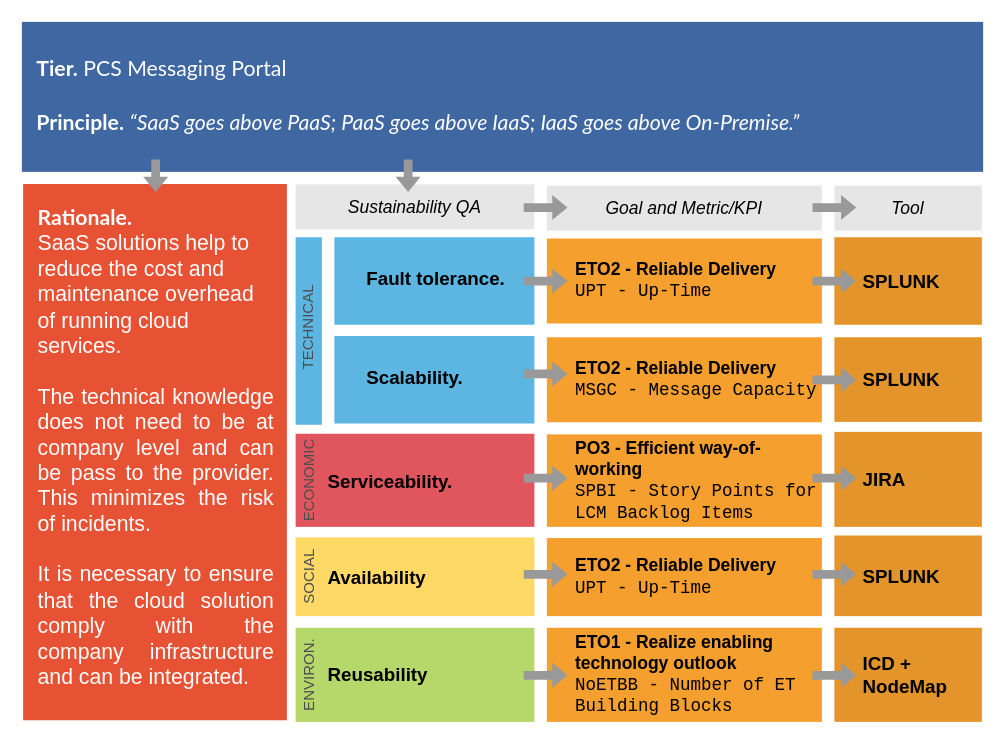
Earlier version of the draw.io diagram page "FINAL_Messaging_SaaS_PRSM" (12 of 20) of figures/_sources/_SRC_Workingfiles_Principles_PRSM_DecisionMap.drawio.xml (S2-group/MDPI_monitoring-sustainability_rep-pkg). Source tidied: cells renumbered, new cells numbered last; positions are measured from the earlier drawing's top-left corner, leaving out a move shared by most shapes. Both pictures are drawn from the tidied source at 125%, with x=0, y=0 at pixel (21, 21).
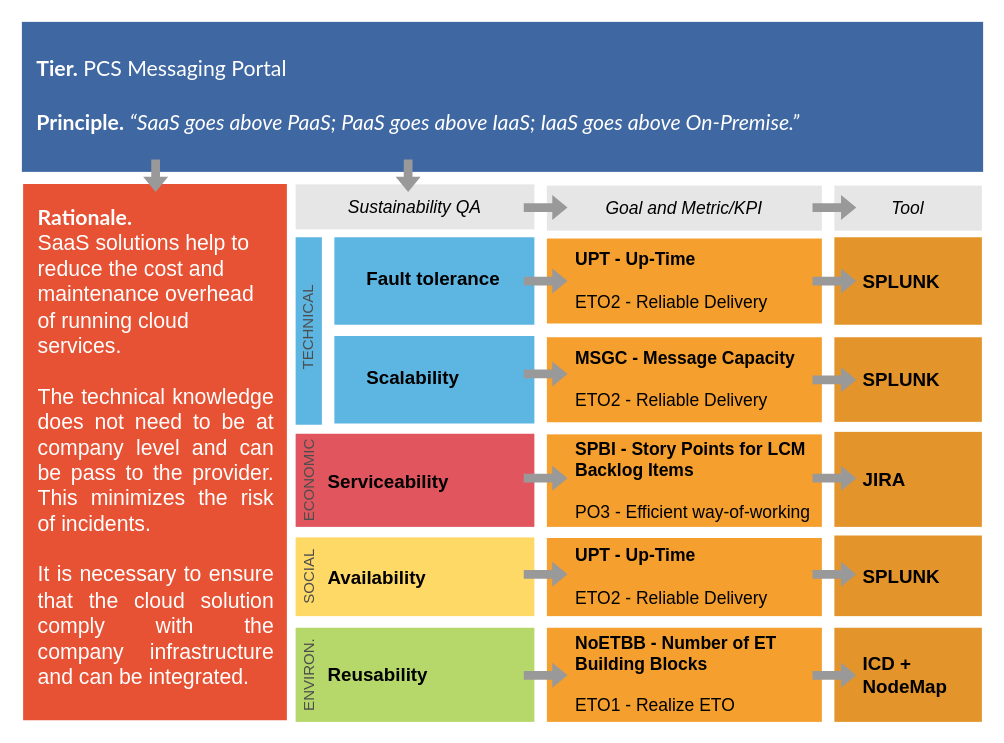
Above is the later version.

Diff of the diagram source:
```diff
@@
-    <mxCell id="10" value="&lt;b style=&quot;font-size: 15px;&quot;&gt;&lt;span style=&quot;font-size: 15px;&quot;&gt;Fault tolerance.&lt;br style=&quot;font-size: 15px;&quot;&gt;&lt;/span&gt;&lt;/b&gt;" style="rounded=0;whiteSpace=wrap;html=1;shadow=0;strokeWidth=1;align=left;strokeColor=none;spacing=5;fillColor=#5DB6E2;verticalAlign=middle;fontSize=15;spacingLeft=21;spacingTop=-4;fontStyle=0;" parent="1" vertex="1">
+    <mxCell id="10" value="&lt;b style=&quot;font-size: 15px;&quot;&gt;&lt;span style=&quot;font-size: 15px;&quot;&gt;Fault tolerance&lt;br style=&quot;font-size: 15px;&quot;&gt;&lt;/span&gt;&lt;/b&gt;" style="rounded=0;whiteSpace=wrap;html=1;shadow=0;strokeWidth=1;align=left;strokeColor=none;spacing=5;fillColor=#5DB6E2;verticalAlign=middle;fontSize=15;spacingLeft=21;spacingTop=-4;fontStyle=0;" parent="1" vertex="1">
       <mxGeometry x="250" y="172.3" width="160" height="70" as="geometry" />
     </mxCell>
-    <mxCell id="11" value="&lt;b style=&quot;font-size: 15px;&quot;&gt;&lt;span style=&quot;font-size: 15px;&quot;&gt;Scalability.&lt;br style=&quot;font-size: 15px;&quot;&gt;&lt;/span&gt;&lt;/b&gt;" style="rounded=0;whiteSpace=wrap;html=1;shadow=0;strokeWidth=1;align=left;strokeColor=none;spacing=5;fillColor=#5DB6E2;verticalAlign=middle;fontSize=15;spacingLeft=21;spacingTop=-4;fontStyle=0;" parent="1" vertex="1">
+    <mxCell id="11" value="&lt;b style=&quot;font-size: 15px;&quot;&gt;&lt;span style=&quot;font-size: 15px;&quot;&gt;Scalability&lt;br style=&quot;font-size: 15px;&quot;&gt;&lt;/span&gt;&lt;/b&gt;" style="rounded=0;whiteSpace=wrap;html=1;shadow=0;strokeWidth=1;align=left;strokeColor=none;spacing=5;fillColor=#5DB6E2;verticalAlign=middle;fontSize=15;spacingLeft=21;spacingTop=-4;fontStyle=0;" parent="1" vertex="1">
       <mxGeometry x="250" y="251.3" width="160" height="70" as="geometry" />
     </mxCell>
-    <mxCell id="12" value="&lt;div style=&quot;color: rgb(0, 0, 0); font-size: 14px;&quot;&gt;&lt;b style=&quot;font-size: 14px;&quot;&gt;ETO2 -&amp;nbsp;Reliable Delivery&lt;/b&gt;&lt;/div&gt;&lt;div style=&quot;color: rgb(0, 0, 0); font-size: 14px;&quot;&gt;&lt;/div&gt;&lt;font face=&quot;Courier New&quot; style=&quot;color: rgb(0, 0, 0); font-size: 14px;&quot;&gt;UPT - Up-Time&lt;/font&gt;" style="rounded=0;whiteSpace=wrap;html=1;strokeColor=none;align=left;spacingLeft=18;fontColor=#FFFFFF;verticalAlign=middle;fillColor=#F49F2E;spacing=5;fontSize=14;" parent="1" vertex="1">
+    <mxCell id="12" value="&lt;div style=&quot;color: rgb(0, 0, 0); font-size: 14px;&quot;&gt;&lt;/div&gt;&lt;font style=&quot;color: rgb(0, 0, 0); font-size: 14px;&quot;&gt;&lt;b&gt;UPT - Up-Time&lt;br&gt;&lt;/b&gt;&lt;br&gt;&lt;span style=&quot;border-color: var(--border-color);&quot;&gt;ETO2 -&amp;nbsp;Reliable Delivery&lt;/span&gt;&lt;br&gt;&lt;/font&gt;" style="rounded=0;whiteSpace=wrap;html=1;strokeColor=none;align=left;spacingLeft=18;fontColor=#FFFFFF;verticalAlign=middle;fillColor=#F49F2E;spacing=5;fontSize=14;fontFamily=Helvetica;" parent="1" vertex="1">
       <mxGeometry x="420" y="173.3" width="220" height="68" as="geometry" />
     </mxCell>
-    <mxCell id="13" value="&lt;div style=&quot;color: rgb(0, 0, 0); font-size: 14px;&quot;&gt;&lt;div style=&quot;font-size: 14px;&quot;&gt;&lt;b style=&quot;font-size: 14px;&quot;&gt;ETO2 -&amp;nbsp;Reliable Delivery&lt;/b&gt;&lt;/div&gt;&lt;div style=&quot;font-size: 14px;&quot;&gt;&lt;font face=&quot;Courier New&quot; style=&quot;font-size: 14px;&quot;&gt;MSGC - Message Capacity&lt;/font&gt;&lt;/div&gt;&lt;/div&gt;" style="rounded=0;whiteSpace=wrap;html=1;strokeColor=none;align=left;spacingLeft=18;fontColor=#FFFFFF;verticalAlign=middle;fillColor=#F49F2E;spacing=5;fontSize=14;" parent="1" vertex="1">
+    <mxCell id="13" value="&lt;div style=&quot;color: rgb(0, 0, 0); font-size: 14px;&quot;&gt;&lt;div style=&quot;font-size: 14px;&quot;&gt;&lt;b&gt;MSGC - Message Capacity&lt;/b&gt;&lt;b style=&quot;font-size: 14px;&quot;&gt;&lt;br&gt;&lt;/b&gt;&lt;/div&gt;&lt;div style=&quot;font-size: 14px;&quot;&gt;&lt;b style=&quot;font-size: 14px;&quot;&gt;&lt;br&gt;&lt;/b&gt;&lt;/div&gt;&lt;div style=&quot;font-size: 14px;&quot;&gt;&lt;span style=&quot;font-size: 14px;&quot;&gt;ETO2 -&amp;nbsp;Reliable Delivery&lt;/span&gt;&lt;/div&gt;&lt;/div&gt;" style="rounded=0;whiteSpace=wrap;html=1;strokeColor=none;align=left;spacingLeft=18;fontColor=#FFFFFF;verticalAlign=middle;fillColor=#F49F2E;spacing=5;fontSize=14;fontFamily=Helvetica;" parent="1" vertex="1">
       <mxGeometry x="420" y="252.3" width="220" height="68" as="geometry" />
     </mxCell>
-    <mxCell id="14" value="&lt;b style=&quot;font-size: 15px;&quot;&gt;&lt;span style=&quot;font-size: 15px;&quot;&gt;Serviceability.&lt;br style=&quot;font-size: 15px;&quot;&gt;&lt;/span&gt;&lt;/b&gt;" style="rounded=0;whiteSpace=wrap;html=1;shadow=0;strokeWidth=1;align=left;strokeColor=none;spacing=5;fillColor=#E1565E;verticalAlign=middle;fontSize=15;spacingLeft=21;fontStyle=0;" parent="1" vertex="1">
+    <mxCell id="14" value="&lt;b style=&quot;font-size: 15px;&quot;&gt;&lt;span style=&quot;font-size: 15px;&quot;&gt;Serviceability&lt;br style=&quot;font-size: 15px;&quot;&gt;&lt;/span&gt;&lt;/b&gt;" style="rounded=0;whiteSpace=wrap;html=1;shadow=0;strokeWidth=1;align=left;strokeColor=none;spacing=5;fillColor=#E1565E;verticalAlign=middle;fontSize=15;spacingLeft=21;fontStyle=0;" parent="1" vertex="1">
       <mxGeometry x="219" y="329.5" width="191" height="74.5" as="geometry" />
     </mxCell>
-    <mxCell id="15" value="&lt;div style=&quot;color: rgb(0, 0, 0); font-size: 14px;&quot;&gt;&lt;/div&gt;&lt;div style=&quot;color: rgb(0, 0, 0); font-size: 14px;&quot;&gt;&lt;b style=&quot;font-size: 14px;&quot;&gt;PO3 - Efficient way-of-working&lt;/b&gt;&lt;br style=&quot;font-size: 14px;&quot;&gt;&lt;/div&gt;&lt;div style=&quot;color: rgb(0, 0, 0); font-size: 14px;&quot;&gt;&lt;font face=&quot;Courier New&quot; style=&quot;font-size: 14px;&quot;&gt;SPBI - Story Points for LCM Backlog Items&lt;/font&gt;&lt;/div&gt;" style="rounded=0;whiteSpace=wrap;html=1;strokeColor=none;align=left;spacingLeft=18;fontColor=#FFFFFF;verticalAlign=middle;fillColor=#F49F2E;spacing=5;fontSize=14;" parent="1" vertex="1">
+    <mxCell id="15" value="&lt;div style=&quot;color: rgb(0, 0, 0); font-size: 14px;&quot;&gt;&lt;/div&gt;&lt;div style=&quot;color: rgb(0, 0, 0); font-size: 14px;&quot;&gt;&lt;b&gt;SPBI - Story Points for LCM Backlog Items&lt;/b&gt;&lt;b style=&quot;font-size: 14px;&quot;&gt;&lt;br&gt;&lt;/b&gt;&lt;/div&gt;&lt;div style=&quot;color: rgb(0, 0, 0); font-size: 14px;&quot;&gt;&lt;b style=&quot;font-size: 14px;&quot;&gt;&lt;br&gt;&lt;/b&gt;&lt;/div&gt;&lt;div style=&quot;color: rgb(0, 0, 0); font-size: 14px;&quot;&gt;&lt;span style=&quot;font-size: 14px;&quot;&gt;PO3 - Efficient way-of-working&lt;/span&gt;&lt;/div&gt;" style="rounded=0;whiteSpace=wrap;html=1;strokeColor=none;align=left;spacingLeft=18;fontColor=#FFFFFF;verticalAlign=middle;fillColor=#F49F2E;spacing=5;fontSize=14;fontFamily=Helvetica;" parent="1" vertex="1">
       <mxGeometry x="420" y="330" width="220" height="74" as="geometry" />
     </mxCell>
@@
-    <mxCell id="17" value="&lt;div style=&quot;color: rgb(0, 0, 0); font-size: 14px;&quot;&gt;&lt;/div&gt;&lt;div style=&quot;color: rgb(0, 0, 0); font-size: 14px;&quot;&gt;&lt;div style=&quot;font-size: 14px;&quot;&gt;&lt;b style=&quot;font-size: 14px;&quot;&gt;ETO2 -&amp;nbsp;Reliable Delivery&lt;/b&gt;&lt;/div&gt;&lt;div style=&quot;font-size: 14px;&quot;&gt;&lt;/div&gt;&lt;span style=&quot;font-family: &amp;quot;courier new&amp;quot;; font-size: 14px;&quot;&gt;UPT - Up-Time&lt;/span&gt;&lt;br style=&quot;font-size: 14px;&quot;&gt;&lt;/div&gt;" style="rounded=0;whiteSpace=wrap;html=1;strokeColor=none;align=left;spacingLeft=18;fontColor=#FFFFFF;verticalAlign=middle;fillColor=#F49F2E;spacing=5;fontSize=14;" parent="1" vertex="1">
+    <mxCell id="17" value="&lt;div style=&quot;color: rgb(0, 0, 0); font-size: 14px;&quot;&gt;&lt;/div&gt;&lt;div style=&quot;color: rgb(0, 0, 0); font-size: 14px;&quot;&gt;&lt;div style=&quot;font-size: 14px;&quot;&gt;&lt;b&gt;UPT - Up-Time&lt;span style=&quot;font-size: 14px;&quot;&gt;&lt;br&gt;&lt;/span&gt;&lt;/b&gt;&lt;/div&gt;&lt;div style=&quot;font-size: 14px;&quot;&gt;&lt;b style=&quot;font-size: 14px;&quot;&gt;&lt;br&gt;&lt;/b&gt;&lt;/div&gt;&lt;div style=&quot;font-size: 14px;&quot;&gt;&lt;span style=&quot;font-size: 14px;&quot;&gt;ETO2 -&amp;nbsp;Reliable Delivery&lt;/span&gt;&lt;/div&gt;&lt;/div&gt;" style="rounded=0;whiteSpace=wrap;html=1;strokeColor=none;align=left;spacingLeft=18;fontColor=#FFFFFF;verticalAlign=middle;fillColor=#F49F2E;spacing=5;fontSize=14;fontFamily=Helvetica;" parent="1" vertex="1">
       <mxGeometry x="420" y="412.9" width="220" height="62.5" as="geometry" />
     </mxCell>
-    <mxCell id="18" value="&lt;b style=&quot;color: rgb(0, 0, 0); font-size: 14px;&quot;&gt;ETO1 - Realize enabling technology outlook&lt;/b&gt;&lt;br style=&quot;color: rgb(0, 0, 0); font-size: 14px;&quot;&gt;&lt;font color=&quot;#000000&quot; face=&quot;Courier New&quot; style=&quot;font-size: 14px;&quot;&gt;NoETBB - Number of ET Building Blocks&lt;/font&gt;" style="rounded=0;whiteSpace=wrap;html=1;strokeColor=none;align=left;spacingLeft=18;fontColor=#FFFFFF;verticalAlign=middle;fillColor=#F49F2E;spacing=5;fontSize=14;" parent="1" vertex="1">
+    <mxCell id="18" value="&lt;font style=&quot;font-size: 14px;&quot; color=&quot;#000000&quot;&gt;&lt;b&gt;NoETBB - Number of ET Building Blocks&lt;br&gt;&lt;br&gt;&lt;/b&gt;&lt;/font&gt;&lt;span style=&quot;border-color: var(--border-color); color: rgb(0, 0, 0);&quot;&gt;ETO1 - Realize ETO&lt;/span&gt;&lt;font style=&quot;font-size: 14px;&quot; color=&quot;#000000&quot;&gt;&lt;b&gt;&lt;br&gt;&lt;/b&gt;&lt;/font&gt;" style="rounded=0;whiteSpace=wrap;html=1;strokeColor=none;align=left;spacingLeft=18;fontColor=#FFFFFF;verticalAlign=middle;fillColor=#F49F2E;spacing=5;fontSize=14;fontFamily=Helvetica;" parent="1" vertex="1">
       <mxGeometry x="420" y="484.7" width="220" height="75.3" as="geometry" />
     </mxCell>
```
